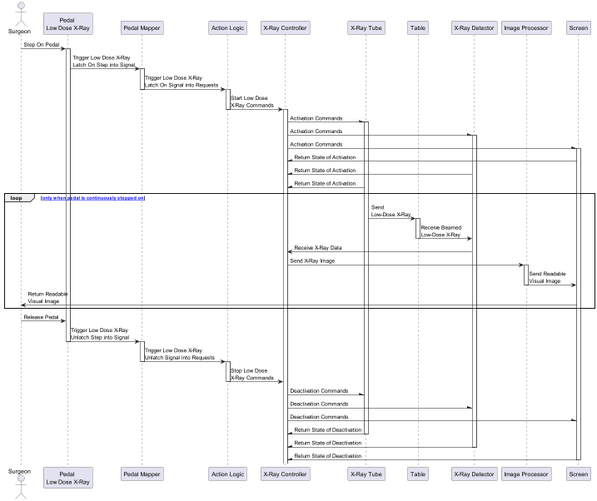
Earlier version of the PlantUML export 4-uml/sequence-pedal-1.png (bartwc/SoftwareSystems). The source it was exported from:
```plantuml
@startuml sequence-pedal-1

actor "Surgeon" as actor_surgeon
participant "Pedal \nLow Dose X-Ray" as participant_pedal_low
participant "Pedal Mapper" as participant_pedal_mapper

participant "Action Logic" as participant_act_log
participant "X-Ray Controller" as participant_xray_control

participant "X-Ray Tube" as participant_xray_tube
participant "Table" as participant_table
participant "X-Ray Detector" as participant_xray_detector
participant "Image Processor" as participant_image_proc
participant "Screen" as participant_screen

actor_surgeon -> participant_pedal_low: Step On Pedal
activate participant_pedal_low
participant_pedal_low -> participant_pedal_mapper: Trigger Low Dose X-Ray \nLatch On Step into Signal
activate participant_pedal_mapper
participant_pedal_mapper -> participant_act_log: Trigger Low Dose X-Ray \nLatch On Signal into Requests
deactivate participant_pedal_mapper

activate participant_act_log
participant_act_log -> participant_xray_control: Start Low Dose \nX-Ray Commands
deactivate participant_act_log
activate participant_xray_control

participant_xray_control -\ participant_xray_tube: Activation Commands
activate participant_xray_tube
participant_xray_control -\ participant_xray_detector: Activation Commands
activate participant_xray_detector
participant_xray_control -\ participant_screen: Activation Commands
activate participant_screen

participant_xray_control /- participant_screen: Return State of Activation
participant_xray_control /- participant_xray_detector: Return State of Activation
participant_xray_control /- participant_xray_tube: Return State of Activation

loop [[loop only when pedal is continuously stepped on]]
participant_xray_tube -> participant_table: Send \nLow-Dose X-Ray
activate participant_table
participant_table -> participant_xray_detector: Receive Beamed \nLow-Dose X-Ray
deactivate participant_table
participant_xray_control <- participant_xray_detector: Receive X-Ray Data
participant_xray_control -> participant_image_proc: Send X-Ray Image
activate participant_image_proc
participant_image_proc -> participant_screen: Send Readable \nVisual Image
deactivate participant_image_proc
actor_surgeon <- participant_screen: Return Readable \nVisual Image
end

actor_surgeon -> participant_pedal_low: Release Pedal
participant_pedal_low -> participant_pedal_mapper: Trigger Low Dose X-Ray \nUnlatch Step into Signal
deactivate participant_pedal_low
activate participant_pedal_mapper
participant_pedal_mapper -> participant_act_log: Trigger Low Dose X-Ray \nUnlatch Signal into Requests
deactivate participant_pedal_mapper

activate participant_act_log
participant_act_log -> participant_xray_control: Stop Low Dose \nX-Ray Commands
deactivate participant_act_log

participant_xray_control -\ participant_xray_tube: Deactivation Commands
participant_xray_control -\ participant_xray_detector: Deactivation Commands
participant_xray_control -\ participant_screen: Deactivation Commands

participant_xray_control /- participant_xray_tube: Return State of Deactivation
deactivate participant_xray_tube
participant_xray_control /- participant_xray_detector: Return State of Deactivation
deactivate participant_xray_detector
participant_xray_control /- participant_screen: Return State of Deactivation
deactivate participant_screen

@enduml
```
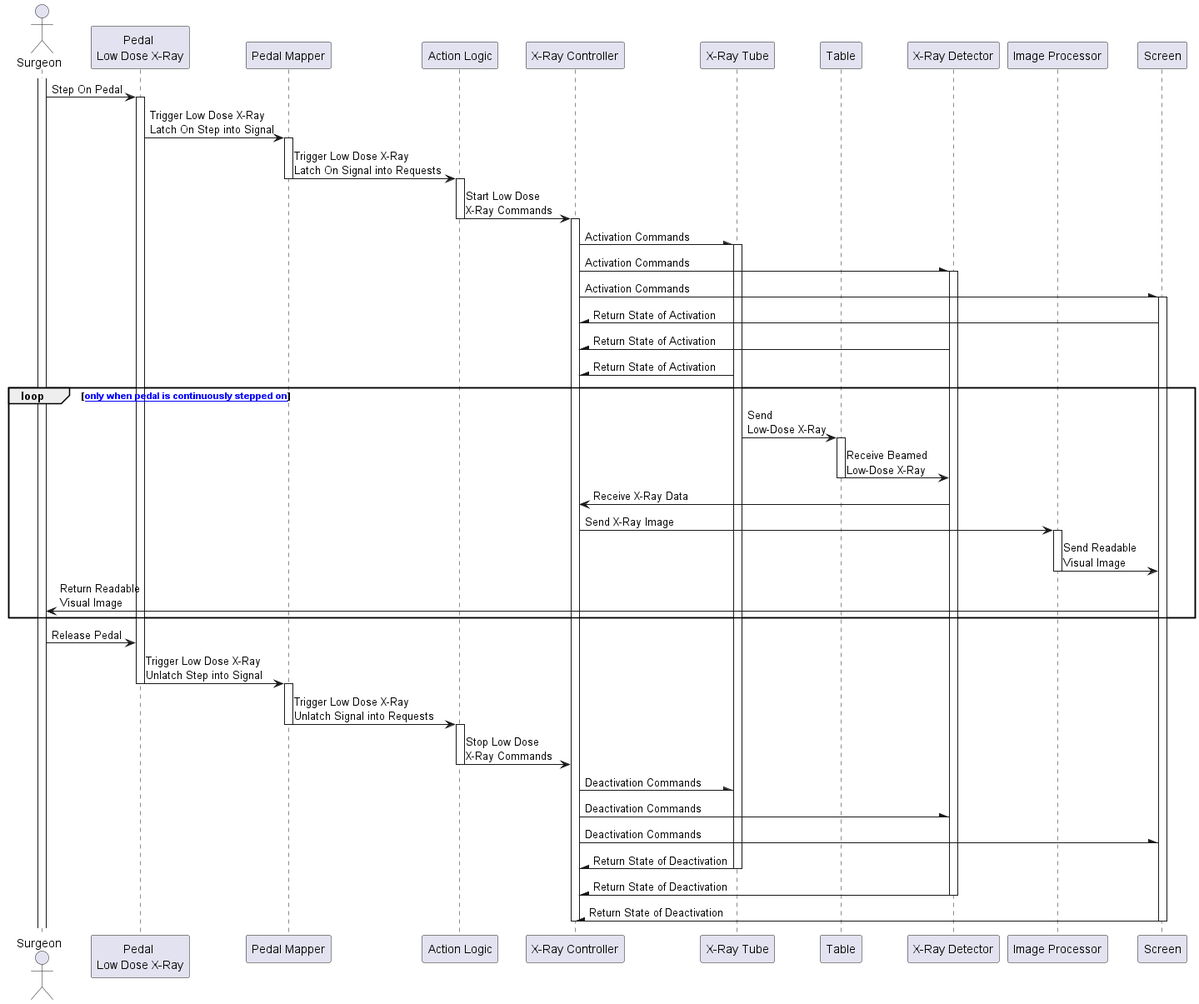
Above is the later version.

Commit message:
Modified - Images for Sequence-Config Sequence-Pedal-1 (puml included) Sequence-Pedal-2 (puml included)

Diff of the diagram source:
```diff
@@ -13,6 +13,7 @@
 participant "Image Processor" as participant_image_proc
 participant "Screen" as participant_screen
 
+activate actor_surgeon
 actor_surgeon -> participant_pedal_low: Step On Pedal
 activate participant_pedal_low
 participant_pedal_low -> participant_pedal_mapper: Trigger Low Dose X-Ray \nLatch On Step into Signal
@@ -70,5 +71,6 @@
 deactivate participant_xray_detector
 participant_xray_control /- participant_screen: Return State of Deactivation
 deactivate participant_screen
+deactivate participant_xray_control
 
 @enduml
```
